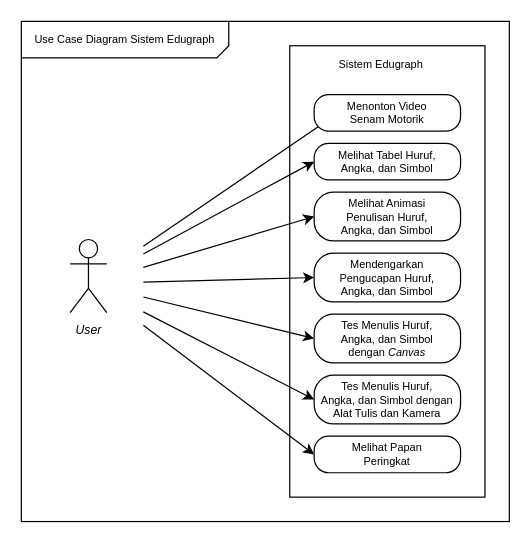
Before: diagrams/Untitled Diagram.drawio in alimtegar/edugraf, a draw.io diagram. Source tidied: cells renumbered, new cells numbered last; positions are measured from the earlier drawing's top-left corner, leaving out a move shared by most shapes. Both pictures are drawn from the tidied source at 122%, with x=0, y=0 at pixel (21, 21).
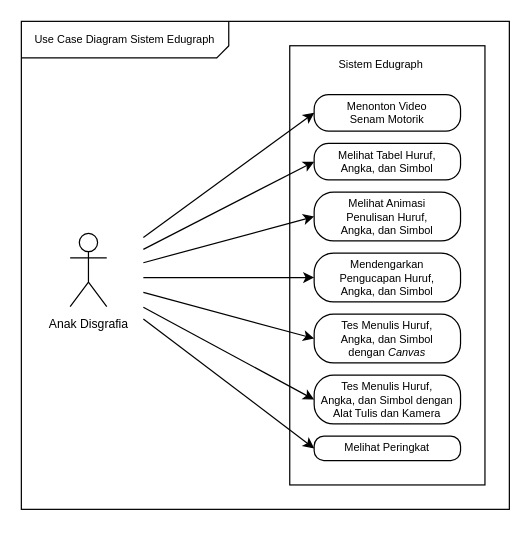
The same diagram, later.

What changed in the source:
```diff
@@
-    <mxCell id="2" style="html=1;fillColor=none;strokeColor=none;" parent="1" vertex="1">
-      <mxGeometry x="10" y="165" width="90" height="100" as="geometry" />
-    </mxCell>
     <mxCell id="3" style="html=1;fillColor=none;" parent="1" vertex="1">
-      <mxGeometry width="400" height="410" as="geometry" />
+      <mxGeometry width="400" height="400" as="geometry" />
     </mxCell>
     <mxCell id="4" style="html=1;fillColor=none;" parent="1" vertex="1">
-      <mxGeometry x="220" y="20" width="160" height="370" as="geometry" />
+      <mxGeometry x="220" y="20" width="160" height="360" as="geometry" />
     </mxCell>
@@
-    <mxCell id="6" style="edgeStyle=none;rounded=0;jettySize=auto;html=1;fontSize=9;" parent="1" edge="1" source="2">
-      <mxGeometry relative="1" as="geometry">
-        <mxPoint x="260" y="75" as="targetPoint" />
-      </mxGeometry>
+    <mxCell id="6" style="edgeStyle=none;rounded=0;jettySize=auto;html=1;fontSize=9;entryX=0;entryY=0.5;entryDx=0;entryDy=0;" parent="1" edge="1" source="2" target="20">
+      <mxGeometry relative="1" as="geometry" />
     </mxCell>
@@
-    <mxCell id="14" style="group;" parent="1" vertex="1">
-      <mxGeometry x="240" y="60" width="120" height="310" as="geometry" />
-    </mxCell>
+    <mxCell id="22" style="endArrow=none;html=1;fontSize=9;" parent="1" edge="1">
+      <mxGeometry relative="1" as="geometry">
+        <mxPoint y="30" as="sourcePoint" />
+        <mxPoint x="160.3" y="30" as="targetPoint" />
+      </mxGeometry>
+    </mxCell>
+    <mxCell id="23" style="endArrow=none;html=1;fontSize=9;" parent="1" edge="1">
+      <mxGeometry relative="1" as="geometry">
+        <mxPoint x="170" as="sourcePoint" />
+        <mxPoint x="170" y="20.3" as="targetPoint" />
+      </mxGeometry>
+    </mxCell>
+    <mxCell id="24" style="endArrow=none;html=1;fontSize=9;" parent="1" edge="1">
+      <mxGeometry relative="1" as="geometry">
+        <mxPoint x="170.1" y="20" as="sourcePoint" />
+        <mxPoint x="160" y="30.1" as="targetPoint" />
+      </mxGeometry>
+    </mxCell>
+    <mxCell id="26" style="group;" parent="1" vertex="1">
+      <mxGeometry x="10" y="160" width="90" height="100" as="geometry" />
+    </mxCell>
+    <mxCell id="2" style="html=1;fillColor=none;strokeColor=none;" parent="26" vertex="1">
+      <mxGeometry width="90" height="100" as="geometry" />
+    </mxCell>
+    <mxCell id="25" value="&lt;font style=&quot;font-size: 10px&quot;&gt;Anak Disgrafia&lt;/font&gt;" style="shape=umlActor;verticalLabelPosition=bottom;verticalAlign=top;html=1;" parent="26" vertex="1">
+      <mxGeometry x="30" y="13.8" width="30" height="60" as="geometry" />
+    </mxCell>
+    <mxCell id="27" style="group;" parent="1" vertex="1">
+      <mxGeometry x="240" y="60" width="120" height="300" as="geometry" />
+    </mxCell>
-    <mxCell id="15" value="Melihat Tabel Huruf, &lt;br style=&quot;font-size: 9px&quot;&gt;Angka, dan Simbol" style="rounded=1;whiteSpace=wrap;html=1;arcSize=40;fontSize=9;verticalAlign=top;spacing=0;" parent="14" vertex="1">
+    <mxCell id="15" value="Melihat Tabel Huruf, &lt;br style=&quot;font-size: 9px&quot;&gt;Angka, dan Simbol" style="rounded=1;whiteSpace=wrap;html=1;arcSize=40;fontSize=9;verticalAlign=top;spacing=0;" parent="27" vertex="1">
       <mxGeometry y="40" width="120" height="30" as="geometry" />
     </mxCell>
-    <mxCell id="16" value="Melihat Animasi &lt;br&gt;Penulisan Huruf, &lt;br style=&quot;font-size: 9px&quot;&gt;Angka, dan Simbol" style="rounded=1;whiteSpace=wrap;html=1;arcSize=40;fontSize=9;verticalAlign=top;spacing=0;" parent="14" vertex="1">
+    <mxCell id="16" value="Melihat Animasi &lt;br&gt;Penulisan Huruf, &lt;br style=&quot;font-size: 9px&quot;&gt;Angka, dan Simbol" style="rounded=1;whiteSpace=wrap;html=1;arcSize=40;fontSize=9;verticalAlign=top;spacing=0;" parent="27" vertex="1">
       <mxGeometry y="80" width="120" height="40" as="geometry" />
     </mxCell>
-    <mxCell id="17" value="Mendengarkan&lt;br&gt;Pengucapan Huruf, &lt;br style=&quot;font-size: 9px&quot;&gt;Angka, dan Simbol" style="rounded=1;whiteSpace=wrap;html=1;arcSize=40;fontSize=9;verticalAlign=top;spacing=0;" parent="14" vertex="1">
+    <mxCell id="17" value="Mendengarkan&lt;br&gt;Pengucapan Huruf, &lt;br style=&quot;font-size: 9px&quot;&gt;Angka, dan Simbol" style="rounded=1;whiteSpace=wrap;html=1;arcSize=40;fontSize=9;verticalAlign=top;spacing=0;" parent="27" vertex="1">
       <mxGeometry y="130" width="120" height="40" as="geometry" />
     </mxCell>
-    <mxCell id="18" value="Tes Menulis Huruf, &lt;br&gt;Angka, dan Simbol dengan&amp;nbsp;&lt;i&gt;Canvas&lt;/i&gt;" style="rounded=1;whiteSpace=wrap;html=1;arcSize=40;fontSize=9;verticalAlign=top;spacing=0;" parent="14" vertex="1">
+    <mxCell id="18" value="Tes Menulis Huruf, &lt;br&gt;Angka, dan Simbol dengan&amp;nbsp;&lt;i&gt;Canvas&lt;/i&gt;" style="rounded=1;whiteSpace=wrap;html=1;arcSize=40;fontSize=9;verticalAlign=top;spacing=0;" parent="27" vertex="1">
       <mxGeometry y="180" width="120" height="40" as="geometry" />
     </mxCell>
-    <mxCell id="19" value="Tes Menulis Huruf, &lt;br&gt;Angka, dan Simbol dengan Alat Tulis dan Kamera" style="rounded=1;whiteSpace=wrap;html=1;arcSize=40;fontSize=9;verticalAlign=top;spacing=0;" parent="14" vertex="1">
+    <mxCell id="19" value="Tes Menulis Huruf, &lt;br&gt;Angka, dan Simbol dengan Alat Tulis dan Kamera" style="rounded=1;whiteSpace=wrap;html=1;arcSize=40;fontSize=9;verticalAlign=top;spacing=0;" parent="27" vertex="1">
       <mxGeometry y="230" width="120" height="40" as="geometry" />
     </mxCell>
-    <mxCell id="20" value="Menonton Video &lt;br&gt;Senam Motorik" style="rounded=1;whiteSpace=wrap;html=1;arcSize=40;fontSize=9;verticalAlign=top;spacing=0;" parent="14" vertex="1">
+    <mxCell id="20" value="Menonton Video &lt;br&gt;Senam Motorik" style="rounded=1;whiteSpace=wrap;html=1;arcSize=40;fontSize=9;verticalAlign=top;spacing=0;" parent="27" vertex="1">
       <mxGeometry width="120" height="30" as="geometry" />
     </mxCell>
-    <mxCell id="21" value="Melihat Papan &lt;br&gt;Peringkat" style="rounded=1;whiteSpace=wrap;html=1;arcSize=40;fontSize=9;verticalAlign=top;spacing=0;" parent="14" vertex="1">
-      <mxGeometry y="280" width="120" height="30" as="geometry" />
+    <mxCell id="21" value="Melihat Peringkat" style="rounded=1;whiteSpace=wrap;html=1;arcSize=40;fontSize=9;verticalAlign=top;spacing=0;" parent="27" vertex="1">
+      <mxGeometry y="280" width="120" height="20" as="geometry" />
     </mxCell>
-    <mxCell id="22" style="endArrow=none;html=1;fontSize=9;" parent="1" edge="1">
-      <mxGeometry relative="1" as="geometry">
-        <mxPoint y="30" as="sourcePoint" />
-        <mxPoint x="160.3" y="30" as="targetPoint" />
-      </mxGeometry>
-    </mxCell>
-    <mxCell id="23" style="endArrow=none;html=1;fontSize=9;" parent="1" edge="1">
-      <mxGeometry relative="1" as="geometry">
-        <mxPoint x="170" as="sourcePoint" />
-        <mxPoint x="170" y="20.3" as="targetPoint" />
-      </mxGeometry>
-    </mxCell>
-    <mxCell id="24" style="endArrow=none;html=1;fontSize=9;" parent="1" edge="1">
-      <mxGeometry relative="1" as="geometry">
-        <mxPoint x="170.1" y="20" as="sourcePoint" />
-        <mxPoint x="160" y="30.1" as="targetPoint" />
-      </mxGeometry>
-    </mxCell>
-    <mxCell id="25" value="&lt;font style=&quot;font-size: 10px&quot;&gt;&lt;i&gt;User&lt;/i&gt;&lt;/font&gt;" style="shape=umlActor;verticalLabelPosition=bottom;verticalAlign=top;html=1;" parent="1" vertex="1">
-      <mxGeometry x="40" y="178.8" width="30" height="60" as="geometry" />
-    </mxCell>
```
